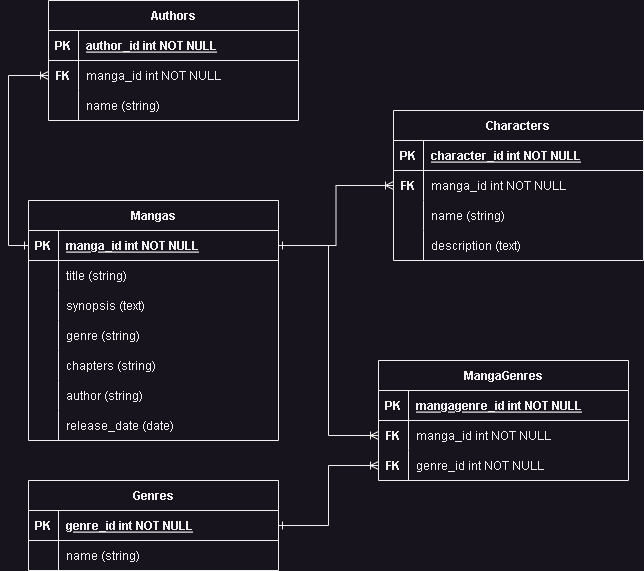
Hanz-Ian/manga_on_rails keeps this draw.io diagram as images/erd.png. Above is the earlier version. Source tidied: cells renumbered, new cells last; positions are measured from the earlier drawing's top-left corner, leaving out a move shared by most shapes.
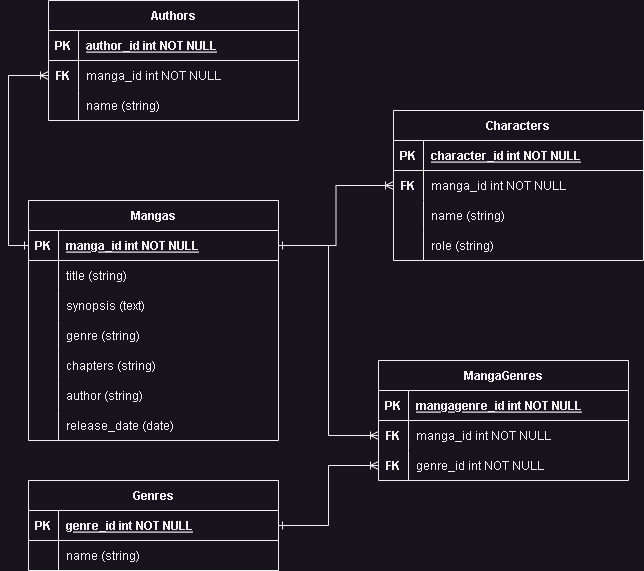
Later version of the same file.

Commit message:
1.3.2 - Generated a Character model. - Fixed ERD image (Character table's 'description' > 'role' (string).

The edit, as a diff of the source:
```diff
@@ -38,7 +38,7 @@
     <mxCell id="13" style="shape=partialRectangle;overflow=hidden;fillColor=none;top=0;left=0;bottom=0;right=0;" parent="12" vertex="1">
       <mxGeometry width="30" height="30" as="geometry" />
     </mxCell>
-    <mxCell id="14" value="description (text)" style="shape=partialRectangle;overflow=hidden;fillColor=none;top=0;left=0;bottom=0;right=0;align=left;spacingLeft=6;" parent="12" vertex="1">
+    <mxCell id="14" value="role (string)" style="shape=partialRectangle;overflow=hidden;fillColor=none;top=0;left=0;bottom=0;right=0;align=left;spacingLeft=6;" parent="12" vertex="1">
       <mxGeometry x="30" width="220" height="30" as="geometry" />
     </mxCell>
     <mxCell id="15" value="Mangas" style="shape=table;startSize=30;rowLines=0;fontStyle=1;align=center;" parent="1" vertex="1">
```
